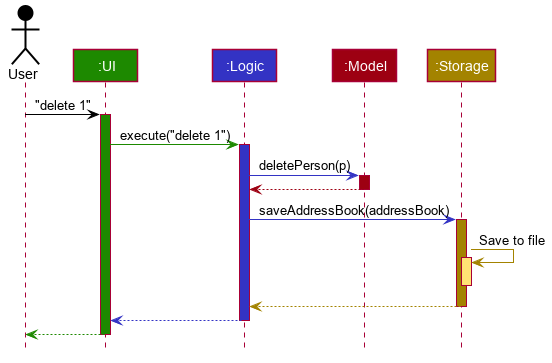
nus-cs2103-AY1920S1/addressbook-level3 keeps this PlantUML diagram as docs/images/ArchitectureSequenceDiagram.png. Above is the earlier version.
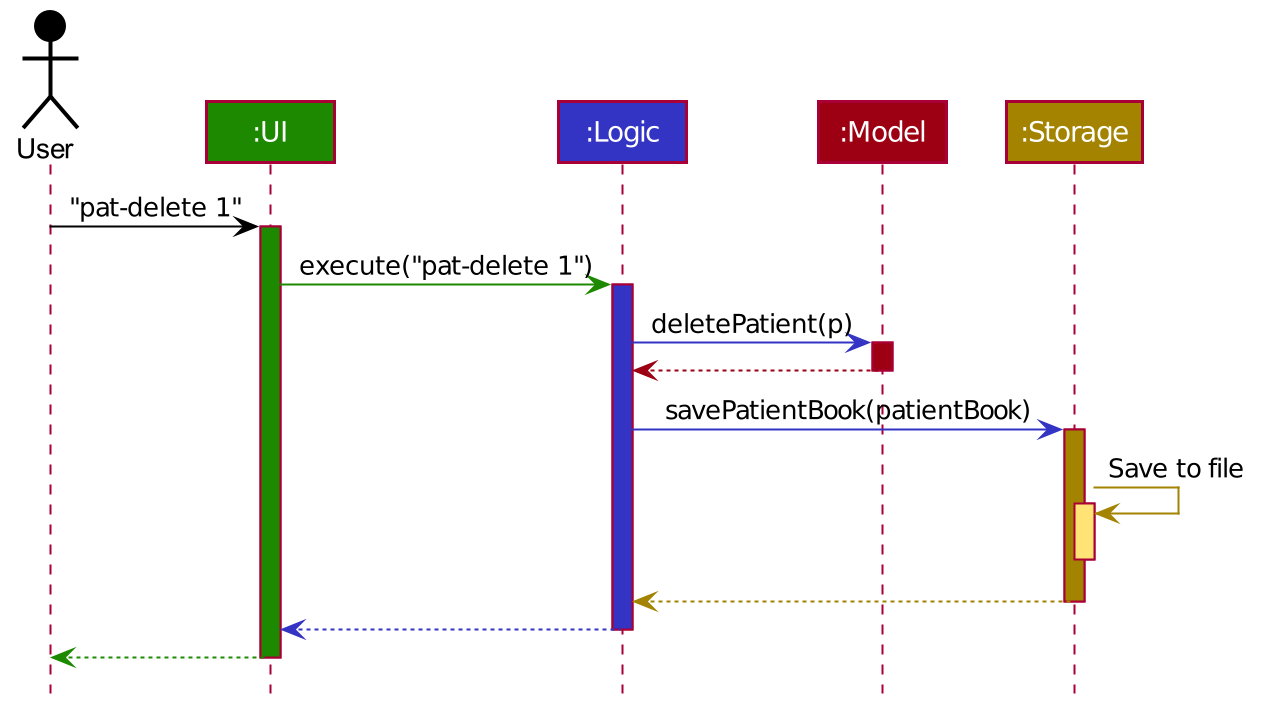
Later version of the same file.

What changed in the source:
```diff
@@ -6,6 +6,8 @@
 
 
 
+
+skinparam ClassAttributeFontColor #FFFFFF
 
 skinparam BackgroundColor #FFFFFFF
 
@@ -54,19 +56,19 @@
 Participant ":Model" as model #9D0012
 Participant ":Storage" as storage #A38300
 
-user -[#000000]> ui : "delete 1"
+user -[#000000]> ui : "pat-delete 1"
 activate ui #1D8900
 
-ui -[#1D8900]> logic : execute("delete 1")
+ui -[#1D8900]> logic : execute("pat-delete 1")
 activate logic #3333C4
 
-logic -[#3333C4]> model : deletePerson(p)
+logic -[#3333C4]> model : deletePatient(p)
 activate model #9D0012
 
 model -[#9D0012]-> logic
 deactivate model
 
-logic -[#3333C4]> storage : saveAddressBook(addressBook)
+logic -[#3333C4]> storage : savePatientBook(patientBook)
 activate storage #A38300
 
 storage -[#A38300]> storage : Save to file
```
